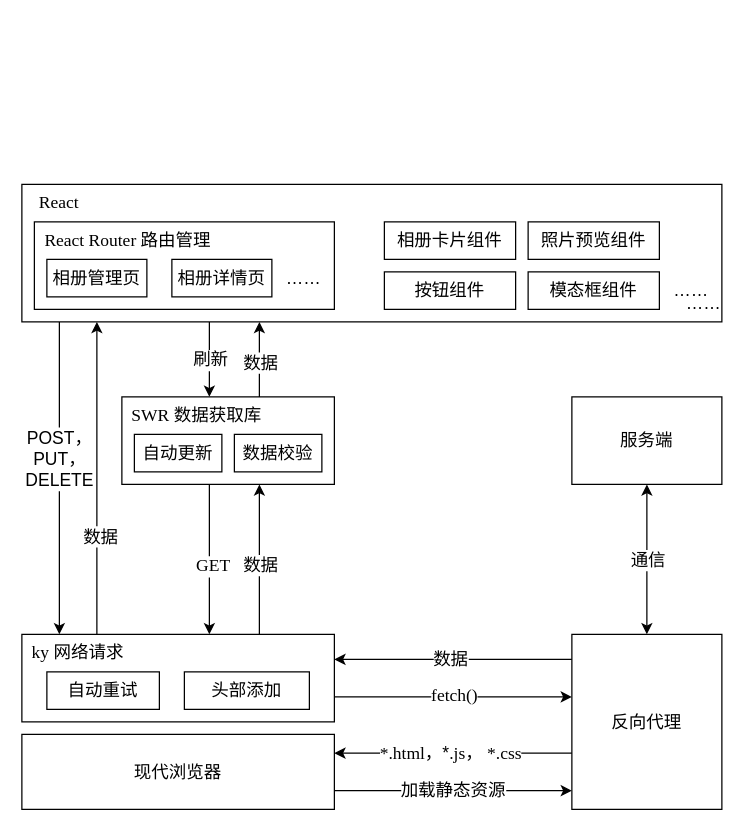
Before: public/front-end-arch.drawio in 3fuyang/3fuyang.github.io, a draw.io diagram. Source tidied: cells renumbered, new cells numbered last; positions are measured from the earlier drawing's top-left corner, leaving out a move shared by most shapes. Both pictures are drawn from the tidied source at 125%, with x=0, y=0 at pixel (21, 184).
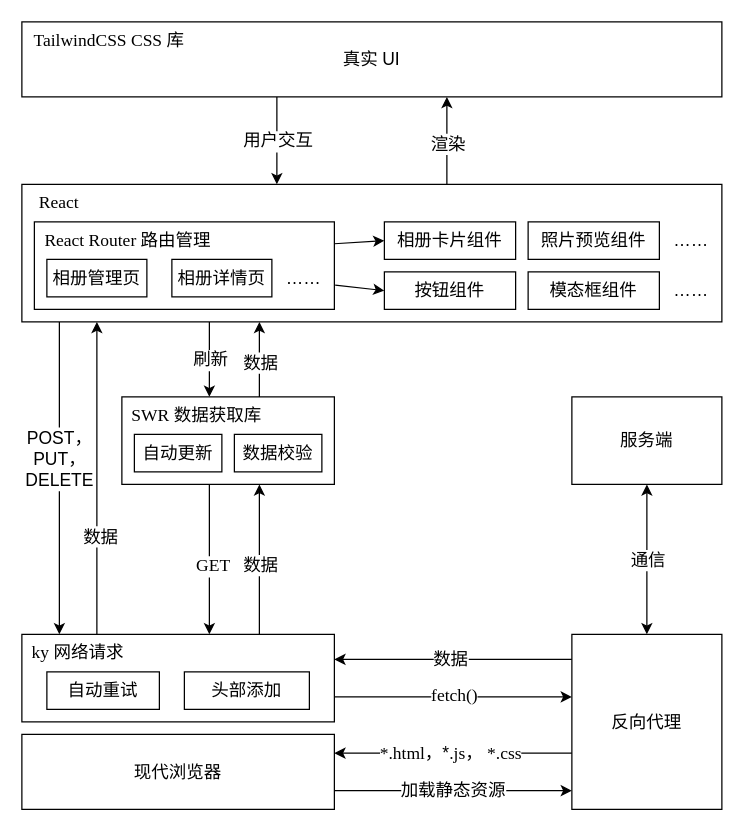
The same diagram, later.

Unchanged cells that the change refers to:
```xml
<mxCell id="32" style="rounded=0;whiteSpace=wrap;html=1;" parent="1" vertex="1">
  <mxGeometry x="10" y="30" width="240" height="70" as="geometry" />
</mxCell>
<mxCell id="38" value="&lt;font face=&quot;宋体&quot; style=&quot;font-size: 14px;&quot;&gt;……&lt;/font&gt;" style="text;html=1;align=center;verticalAlign=middle;points=[];strokeColor=none;fillColor=none;" parent="1" vertex="1">
  <mxGeometry x="200" y="60" width="50" height="30" as="geometry" />
</mxCell>
<mxCell id="39" value="&lt;font face=&quot;宋体&quot;&gt;&lt;span style=&quot;font-size: 14px;&quot;&gt;相册卡片组件&lt;/span&gt;&lt;/font&gt;" style="rounded=0;whiteSpace=wrap;html=1;" parent="1" vertex="1">
  <mxGeometry x="290" y="30" width="105" height="30" as="geometry" />
</mxCell>
<mxCell id="40" value="&lt;font face=&quot;宋体&quot;&gt;&lt;span style=&quot;font-size: 14px;&quot;&gt;按钮组件&lt;/span&gt;&lt;/font&gt;" style="rounded=0;whiteSpace=wrap;html=1;" parent="1" vertex="1">
  <mxGeometry x="290" y="70" width="105" height="30" as="geometry" />
</mxCell>
```

What changed in the source:
```diff
@@
     <mxCell id="44" value="&lt;font face=&quot;宋体&quot; style=&quot;font-size: 14px;&quot;&gt;……&lt;/font&gt;" style="text;html=1;align=center;verticalAlign=middle;strokeColor=none;fillColor=none;" parent="1" vertex="1">
-      <mxGeometry x="520" y="80" width="50" height="30" as="geometry" />
+      <mxGeometry x="510" y="30" width="50" height="30" as="geometry" />
     </mxCell>
+    <mxCell id="45" value="&lt;span style=&quot;font-size: 14px;&quot;&gt;&lt;font face=&quot;宋体&quot;&gt;真实&lt;/font&gt;&lt;font face=&quot;Times New Roman&quot;&gt; &lt;/font&gt;&lt;font face=&quot;宋体&quot;&gt;UI&lt;/font&gt;&lt;/span&gt;" style="rounded=0;whiteSpace=wrap;html=1;" parent="1" vertex="1">
+      <mxGeometry y="-130" width="560" height="60" as="geometry" />
+    </mxCell>
+    <mxCell id="46" style="edgeStyle=none;orthogonalLoop=1;jettySize=auto;html=1;rounded=0;" parent="1" edge="1">
+      <mxGeometry relative="1" as="geometry">
+        <mxPoint x="340" as="sourcePoint" />
+        <mxPoint x="340" y="-70" as="targetPoint" />
+      </mxGeometry>
+    </mxCell>
+    <mxCell id="47" value="&lt;font face=&quot;宋体&quot; style=&quot;font-size: 14px;&quot;&gt;渲染&lt;/font&gt;" style="edgeLabel;html=1;align=center;verticalAlign=middle;" parent="46" vertex="1">
+      <mxGeometry x="-0.07" relative="1" as="geometry" />
+    </mxCell>
+    <mxCell id="48" style="edgeStyle=none;orthogonalLoop=1;jettySize=auto;html=1;rounded=0;" parent="1" edge="1">
+      <mxGeometry relative="1" as="geometry">
+        <mxPoint x="204" y="-70" as="sourcePoint" />
+        <mxPoint x="204" as="targetPoint" />
+      </mxGeometry>
+    </mxCell>
+    <mxCell id="49" value="&lt;font face=&quot;Times New Roman&quot;&gt;&lt;span style=&quot;font-size: 14px;&quot;&gt;用户交互&lt;/span&gt;&lt;/font&gt;" style="edgeLabel;html=1;align=center;verticalAlign=middle;" parent="48" vertex="1">
+      <mxGeometry x="0.09" y="2" relative="1" as="geometry">
+        <mxPoint x="-2" y="-3" as="offset" />
+      </mxGeometry>
+    </mxCell>
+    <mxCell id="50" style="endArrow=classic;html=1;rounded=0;exitX=1.013;exitY=0.689;exitDx=0;exitDy=0;exitPerimeter=0;entryX=0;entryY=0.5;entryDx=0;entryDy=0;" parent="1" edge="1" source="38" target="40">
+      <mxGeometry relative="1" as="geometry" />
+    </mxCell>
+    <mxCell id="51" style="endArrow=classic;html=1;rounded=0;exitX=1;exitY=0.25;exitDx=0;exitDy=0;entryX=0;entryY=0.5;entryDx=0;entryDy=0;" parent="1" edge="1" source="32" target="39">
+      <mxGeometry relative="1" as="geometry" />
+    </mxCell>
+    <mxCell id="52" value="&lt;span style=&quot;font-size: 14px;&quot;&gt;&lt;font face=&quot;Times New Roman&quot;&gt;TailwindCSS CSS &lt;/font&gt;&lt;font face=&quot;宋体&quot;&gt;库&lt;/font&gt;&lt;/span&gt;" style="text;html=1;strokeColor=none;fillColor=none;align=center;verticalAlign=middle;whiteSpace=wrap;rounded=0;" parent="1" vertex="1">
+      <mxGeometry y="-130" width="140" height="30" as="geometry" />
+    </mxCell>
```
